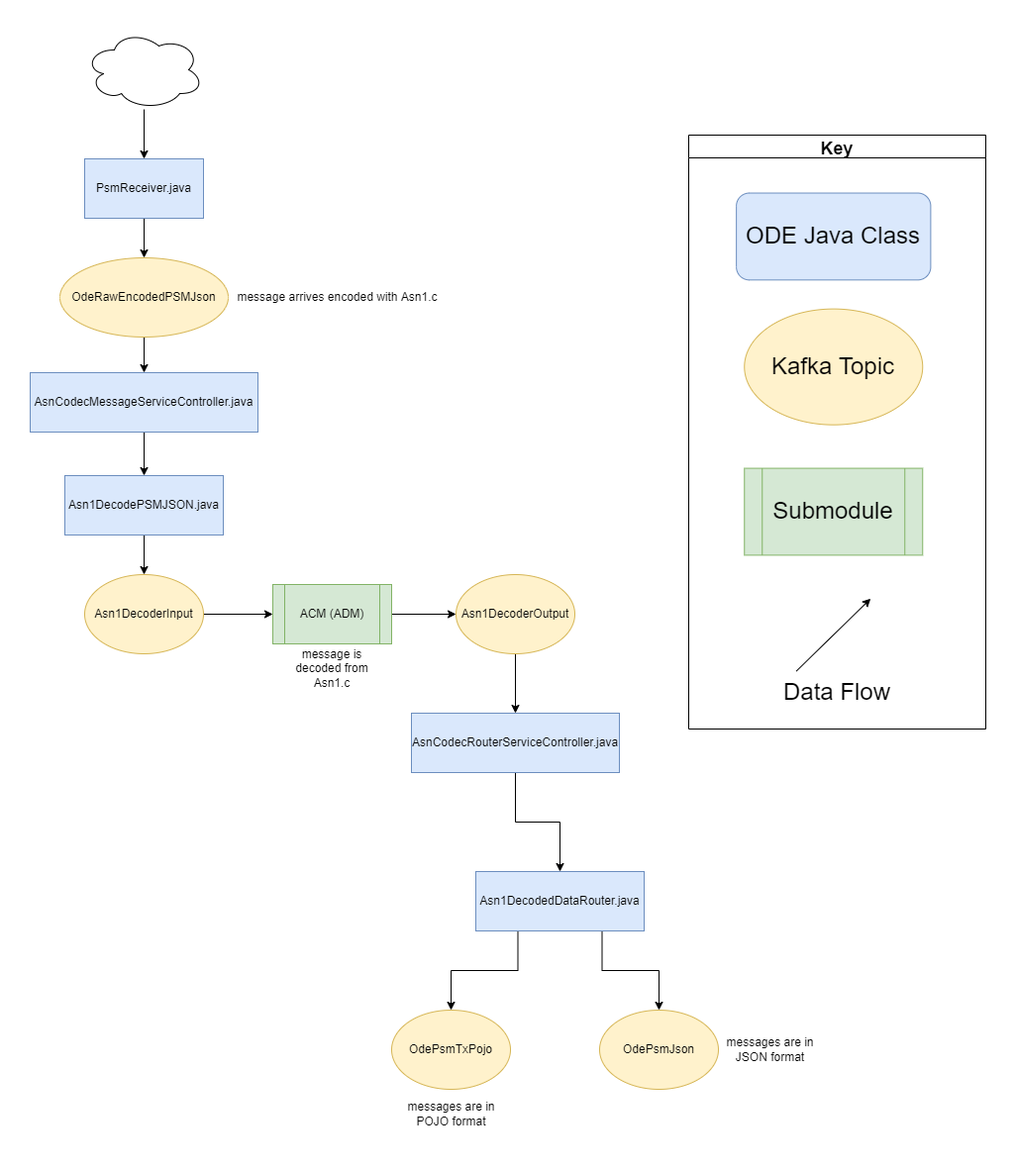
Earlier version of the draw.io export docs/data-flow-diagrams/psm/PSM Data Flow.drawio.png (usdot-jpo-ode/jpo-ode). Source tidied: cells renumbered, new cells last; positions are measured from the earlier drawing's top-left corner, leaving out a move shared by most shapes.
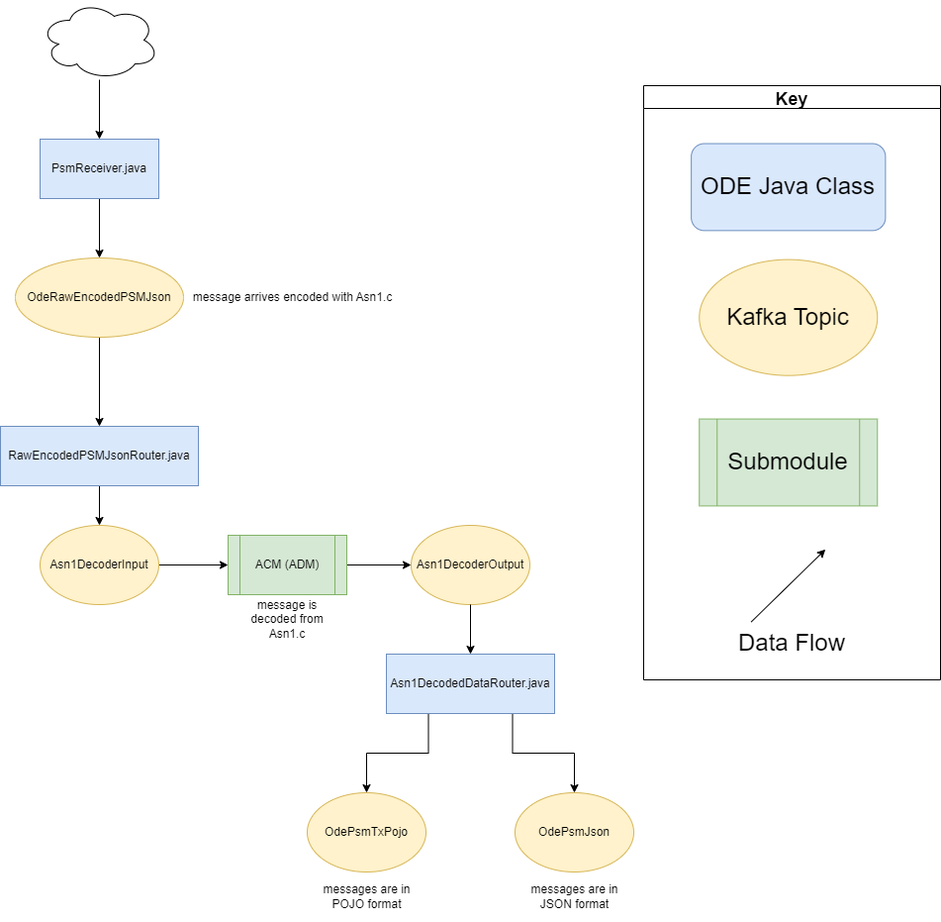
Above is the later version.

Diff of the diagram source:
```diff
@@ -2,14 +2,22 @@
   <root>
     <mxCell id="0" />
     <mxCell id="1" parent="0" />
-    <mxCell id="2" style="edgeStyle=orthogonalEdgeStyle;rounded=0;jettySize=auto;html=1;exitX=0.25;exitY=1;exitDx=0;exitDy=0;" parent="1" edge="1" source="4" target="29">
-      <mxGeometry relative="1" as="geometry" />
+    <mxCell id="2" style="edgeStyle=orthogonalEdgeStyle;rounded=0;jettySize=auto;html=1;exitX=0.25;exitY=1;exitDx=0;exitDy=0;" parent="1" edge="1" source="4">
+      <mxGeometry relative="1" as="geometry">
+        <mxPoint x="385" y="820" as="targetPoint" />
+      </mxGeometry>
     </mxCell>
-    <mxCell id="3" style="edgeStyle=orthogonalEdgeStyle;rounded=0;jettySize=auto;html=1;exitX=0.75;exitY=1;exitDx=0;exitDy=0;" parent="1" edge="1" source="4" target="30">
-      <mxGeometry relative="1" as="geometry" />
+    <mxCell id="3" style="edgeStyle=orthogonalEdgeStyle;rounded=0;jettySize=auto;html=1;exitX=0.75;exitY=1;exitDx=0;exitDy=0;entryX=0.5;entryY=0;entryDx=0;entryDy=0;" parent="1" edge="1" source="4">
+      <mxGeometry relative="1" as="geometry">
+        <mxPoint x="595" y="820" as="targetPoint" />
+        <Array as="points">
+          <mxPoint x="533" y="780" />
+          <mxPoint x="595" y="780" />
+        </Array>
+      </mxGeometry>
     </mxCell>
     <mxCell id="4" value="Asn1DecodedDataRouter.java" style="rounded=0;whiteSpace=wrap;html=1;fillColor=#dae8fc;strokeColor=#6c8ebf;" parent="1" vertex="1">
-      <mxGeometry x="450" y="850" width="170" height="60" as="geometry" />
+      <mxGeometry x="405" y="680" width="170" height="60" as="geometry" />
     </mxCell>
     <mxCell id="5" style="edgeStyle=orthogonalEdgeStyle;rounded=0;jettySize=auto;html=1;entryX=0;entryY=0.5;entryDx=0;entryDy=0;" parent="1" edge="1" source="6" target="12">
       <mxGeometry relative="1" as="geometry" />
@@ -17,21 +25,15 @@
     <mxCell id="6" value="ACM (ADM)" style="shape=process;whiteSpace=wrap;html=1;backgroundOutline=1;fillColor=#d5e8d4;strokeColor=#82b366;" parent="1" vertex="1">
       <mxGeometry x="245" y="560" width="120" height="60" as="geometry" />
     </mxCell>
-    <mxCell id="7" style="edgeStyle=orthogonalEdgeStyle;rounded=0;jettySize=auto;html=1;" parent="1" edge="1" source="8" target="18">
+    <mxCell id="7" style="edgeStyle=orthogonalEdgeStyle;rounded=0;jettySize=auto;html=1;exitX=0.5;exitY=1;exitDx=0;exitDy=0;" parent="1" edge="1" source="16" target="18">
       <mxGeometry relative="1" as="geometry" />
     </mxCell>
-    <mxCell id="8" value="AsnCodecMessageServiceController.java" style="rounded=0;whiteSpace=wrap;html=1;fillColor=#dae8fc;strokeColor=#6c8ebf;" parent="1" vertex="1">
-      <mxGeometry y="346" width="230" height="60" as="geometry" />
-    </mxCell>
     <mxCell id="9" style="edgeStyle=orthogonalEdgeStyle;rounded=0;jettySize=auto;html=1;entryX=0;entryY=0.5;entryDx=0;entryDy=0;" parent="1" edge="1" source="10" target="6">
       <mxGeometry relative="1" as="geometry" />
     </mxCell>
     <mxCell id="10" value="Asn1DecoderInput" style="ellipse;whiteSpace=wrap;html=1;fillColor=#fff2cc;strokeColor=#d6b656;" parent="1" vertex="1">
       <mxGeometry x="55" y="550" width="120" height="80" as="geometry" />
     </mxCell>
-    <mxCell id="11" style="edgeStyle=orthogonalEdgeStyle;rounded=0;jettySize=auto;html=1;" parent="1" edge="1" source="12" target="20">
-      <mxGeometry relative="1" as="geometry" />
-    </mxCell>
     <mxCell id="12" value="Asn1DecoderOutput" style="ellipse;whiteSpace=wrap;html=1;fillColor=#fff2cc;strokeColor=#d6b656;" parent="1" vertex="1">
       <mxGeometry x="430" y="550" width="120" height="80" as="geometry" />
     </mxCell>
@@ -39,31 +41,25 @@
       <mxGeometry relative="1" as="geometry" />
     </mxCell>
     <mxCell id="14" value="PsmReceiver.java" style="rounded=0;whiteSpace=wrap;html=1;fillColor=#dae8fc;strokeColor=#6c8ebf;" parent="1" vertex="1">
-      <mxGeometry x="55" y="130" width="120" height="60" as="geometry" />
+      <mxGeometry x="55" y="160" width="120" height="60" as="geometry" />
     </mxCell>
-    <mxCell id="15" style="edgeStyle=orthogonalEdgeStyle;rounded=0;jettySize=auto;html=1;" parent="1" edge="1" source="16" target="8">
-      <mxGeometry relative="1" as="geometry" />
-    </mxCell>
     <mxCell id="16" value="OdeRawEncodedPSMJson" style="ellipse;whiteSpace=wrap;html=1;fillColor=#fff2cc;strokeColor=#d6b656;" parent="1" vertex="1">
-      <mxGeometry x="30" y="230" width="170" height="80" as="geometry" />
+      <mxGeometry x="30" y="280" width="170" height="80" as="geometry" />
     </mxCell>
     <mxCell id="17" style="edgeStyle=orthogonalEdgeStyle;rounded=0;jettySize=auto;html=1;entryX=0.5;entryY=0;entryDx=0;entryDy=0;" parent="1" edge="1" source="18" target="10">
       <mxGeometry relative="1" as="geometry" />
     </mxCell>
-    <mxCell id="18" value="Asn1DecodePSMJSON.java" style="rounded=0;whiteSpace=wrap;html=1;fillColor=#dae8fc;strokeColor=#6c8ebf;" parent="1" vertex="1">
-      <mxGeometry x="35" y="450" width="160" height="60" as="geometry" />
+    <mxCell id="18" value="RawEncodedPSMJsonRouter.java" style="rounded=0;whiteSpace=wrap;html=1;fillColor=#dae8fc;strokeColor=#6c8ebf;" parent="1" vertex="1">
+      <mxGeometry x="15" y="450" width="200" height="60" as="geometry" />
     </mxCell>
-    <mxCell id="19" style="edgeStyle=orthogonalEdgeStyle;rounded=0;jettySize=auto;html=1;entryX=0.5;entryY=0;entryDx=0;entryDy=0;exitX=0.5;exitY=1;exitDx=0;exitDy=0;" parent="1" edge="1" source="20" target="4">
+    <mxCell id="19" style="edgeStyle=orthogonalEdgeStyle;rounded=0;jettySize=auto;html=1;entryX=0.5;entryY=0;entryDx=0;entryDy=0;exitX=0.5;exitY=1;exitDx=0;exitDy=0;" parent="1" edge="1" source="12" target="4">
       <mxGeometry relative="1" as="geometry" />
     </mxCell>
-    <mxCell id="20" value="AsnCodecRouterServiceController.java" style="rounded=0;whiteSpace=wrap;html=1;fillColor=#dae8fc;strokeColor=#6c8ebf;" parent="1" vertex="1">
-      <mxGeometry x="385" y="690" width="210" height="60" as="geometry" />
-    </mxCell>
     <mxCell id="21" style="edgeStyle=orthogonalEdgeStyle;rounded=0;jettySize=auto;html=1;" parent="1" edge="1" source="22" target="14">
       <mxGeometry relative="1" as="geometry" />
     </mxCell>
     <mxCell id="22" style="ellipse;shape=cloud;whiteSpace=wrap;html=1;" parent="1" vertex="1">
-      <mxGeometry x="55" width="120" height="80" as="geometry" />
+      <mxGeometry x="55" y="20" width="120" height="80" as="geometry" />
     </mxCell>
     <mxCell id="23" style="group;" parent="1" vertex="1">
       <mxGeometry x="665" y="106" width="300" height="600" as="geometry" />
@@ -87,13 +83,13 @@
       <mxGeometry x="48.1" y="58.5" width="196.2" height="87.8" as="geometry" />
     </mxCell>
     <mxCell id="29" value="OdePsmTxPojo" style="ellipse;whiteSpace=wrap;html=1;fillColor=#fff2cc;strokeColor=#d6b656;" parent="1" vertex="1">
-      <mxGeometry x="365" y="990" width="120" height="80" as="geometry" />
+      <mxGeometry x="325" y="820" width="120" height="80" as="geometry" />
     </mxCell>
     <mxCell id="30" value="OdePsmJson" style="ellipse;whiteSpace=wrap;html=1;fillColor=#fff2cc;strokeColor=#d6b656;" parent="1" vertex="1">
-      <mxGeometry x="575" y="990" width="120" height="80" as="geometry" />
+      <mxGeometry x="535" y="820" width="120" height="80" as="geometry" />
     </mxCell>
     <mxCell id="31" value="message arrives encoded with Asn1.c" style="text;html=1;align=center;verticalAlign=middle;strokeColor=none;fillColor=none;" parent="1" vertex="1">
-      <mxGeometry x="200" y="260" width="220" height="20" as="geometry" />
+      <mxGeometry x="200" y="310" width="220" height="20" as="geometry" />
     </mxCell>
     <mxCell id="32" value="message is decoded from Asn1.c" style="text;html=1;strokeColor=none;fillColor=none;align=center;verticalAlign=middle;whiteSpace=wrap;rounded=0;" parent="1" vertex="1">
       <mxGeometry x="250" y="620" width="110" height="50" as="geometry" />
@@ -102,10 +98,10 @@
       <mxGeometry x="755" y="647.5" width="120" height="43.9" as="geometry" />
     </mxCell>
     <mxCell id="34" value="messages are in JSON format" style="text;html=1;strokeColor=none;fillColor=none;align=center;verticalAlign=middle;whiteSpace=wrap;rounded=0;" parent="1" vertex="1">
-      <mxGeometry x="695" y="1005" width="105" height="50" as="geometry" />
+      <mxGeometry x="542.5" y="900" width="105" height="50" as="geometry" />
     </mxCell>
     <mxCell id="35" value="messages are in POJO format" style="text;html=1;strokeColor=none;fillColor=none;align=center;verticalAlign=middle;whiteSpace=wrap;rounded=0;" parent="1" vertex="1">
-      <mxGeometry x="372.5" y="1070" width="105" height="50" as="geometry" />
+      <mxGeometry x="332.5" y="900" width="105" height="50" as="geometry" />
     </mxCell>
   </root>
 </mxGraphModel>
```
